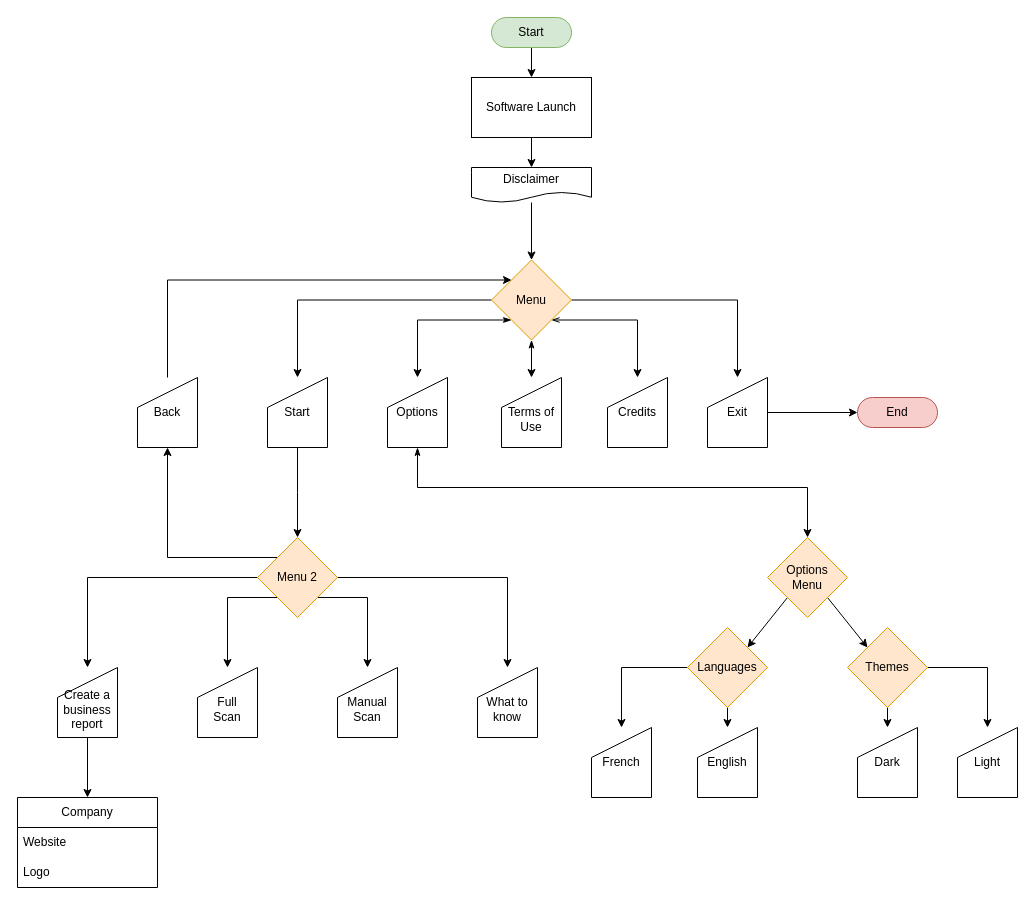
Above: draw.io/PenAutomate.drawio in GigiMad/PenAutomate (draw.io), before the change. Source tidied: cells renumbered, new cells numbered last; positions are measured from the earlier drawing's top-left corner, leaving out a move shared by most shapes. Both pictures are drawn from the tidied source at 100%, with x=0, y=0 at pixel (17, 17).
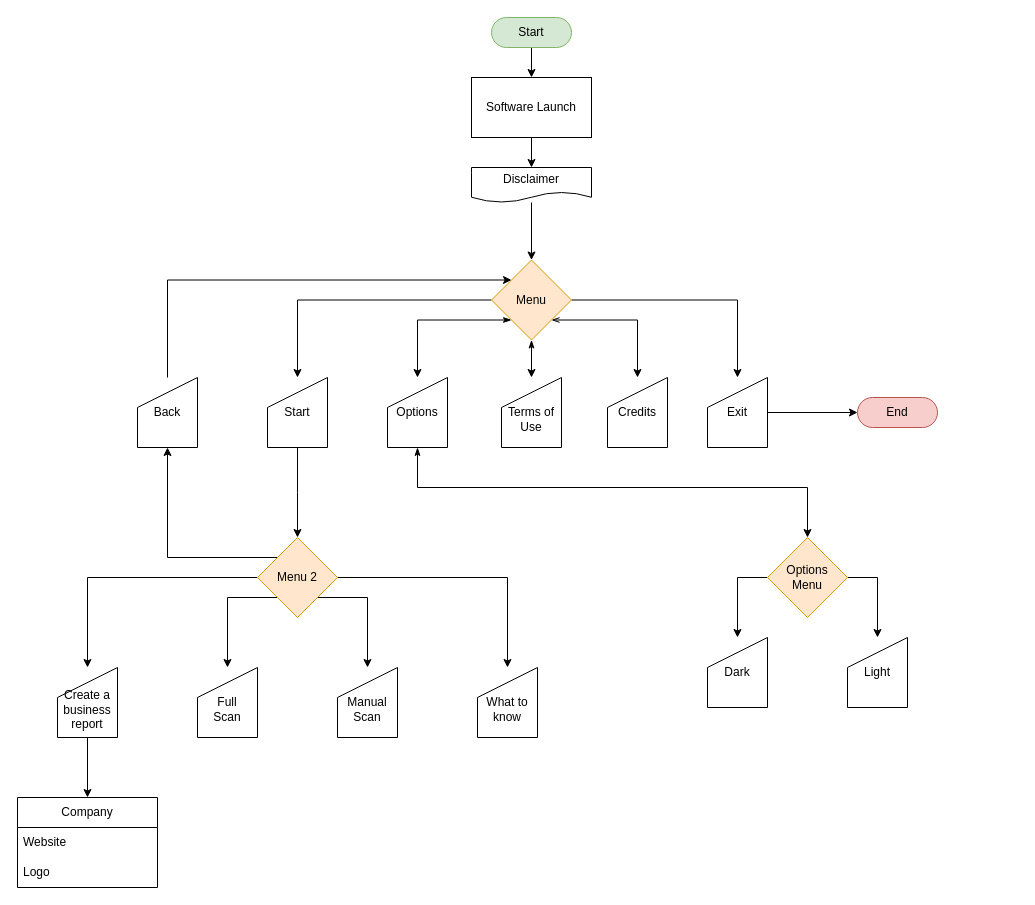
The same page after the edit.

Commit message:
Mettre à jour PenAutomate.drawio

Unchanged cells that the change refers to:
```xml
<mxCell id="38" value="Options&lt;br&gt;Menu" style="rhombus;whiteSpace=wrap;html=1;dashed=0;fillColor=#ffe6cc;strokeColor=#d79b00;" parent="1" vertex="1">
  <mxGeometry x="750" y="520" width="80" height="80" as="geometry" />
</mxCell>
```

Diff of the diagram source:
```diff
@@
-    <mxCell id="36" style="rounded=0;jettySize=auto;html=1;exitX=0;exitY=1;exitDx=0;exitDy=0;entryX=1;entryY=0;entryDx=0;entryDy=0;" parent="1" edge="1" source="38" target="41">
-      <mxGeometry relative="1" as="geometry" />
-    </mxCell>
-    <mxCell id="37" style="rounded=0;jettySize=auto;html=1;exitX=1;exitY=1;exitDx=0;exitDy=0;entryX=0;entryY=0;entryDx=0;entryDy=0;" parent="1" edge="1" source="38" target="44">
-      <mxGeometry relative="1" as="geometry" />
-    </mxCell>
+    <mxCell id="52" style="edgeStyle=orthogonalEdgeStyle;rounded=0;jettySize=auto;html=1;exitX=0;exitY=0.5;exitDx=0;exitDy=0;entryX=0.5;entryY=0;entryDx=0;entryDy=0;" parent="1" edge="1" source="38" target="48">
+      <mxGeometry relative="1" as="geometry" />
+    </mxCell>
+    <mxCell id="53" style="edgeStyle=orthogonalEdgeStyle;rounded=0;jettySize=auto;html=1;exitX=1;exitY=0.5;exitDx=0;exitDy=0;entryX=0.5;entryY=0;entryDx=0;entryDy=0;" parent="1" edge="1" source="38" target="45">
+      <mxGeometry relative="1" as="geometry" />
+    </mxCell>
@@
-    <mxCell id="39" style="edgeStyle=orthogonalEdgeStyle;rounded=0;jettySize=auto;html=1;exitX=0;exitY=0.5;exitDx=0;exitDy=0;entryX=0.5;entryY=0;entryDx=0;entryDy=0;" parent="1" edge="1" source="41" target="46">
-      <mxGeometry relative="1" as="geometry" />
-    </mxCell>
-    <mxCell id="40" style="edgeStyle=orthogonalEdgeStyle;rounded=0;jettySize=auto;html=1;exitX=0.5;exitY=1;exitDx=0;exitDy=0;entryX=0.5;entryY=0;entryDx=0;entryDy=0;" parent="1" edge="1" source="41" target="47">
-      <mxGeometry relative="1" as="geometry" />
-    </mxCell>
-    <mxCell id="41" value="Languages" style="rhombus;whiteSpace=wrap;html=1;dashed=0;fillColor=#ffe6cc;strokeColor=#d79b00;" parent="1" vertex="1">
-      <mxGeometry x="670" y="610" width="80" height="80" as="geometry" />
-    </mxCell>
-    <mxCell id="42" style="edgeStyle=orthogonalEdgeStyle;rounded=0;jettySize=auto;html=1;exitX=0.5;exitY=1;exitDx=0;exitDy=0;entryX=0.5;entryY=0;entryDx=0;entryDy=0;" parent="1" edge="1" source="44" target="48">
-      <mxGeometry relative="1" as="geometry" />
-    </mxCell>
-    <mxCell id="43" style="edgeStyle=orthogonalEdgeStyle;rounded=0;jettySize=auto;html=1;exitX=1;exitY=0.5;exitDx=0;exitDy=0;entryX=0.5;entryY=0;entryDx=0;entryDy=0;" parent="1" edge="1" source="44" target="45">
-      <mxGeometry relative="1" as="geometry" />
-    </mxCell>
-    <mxCell id="44" value="Themes" style="rhombus;whiteSpace=wrap;html=1;dashed=0;fillColor=#ffe6cc;strokeColor=#d79b00;" parent="1" vertex="1">
-      <mxGeometry x="830" y="610" width="80" height="80" as="geometry" />
-    </mxCell>
     <mxCell id="45" value="Light" style="shape=manualInput;whiteSpace=wrap;html=1;" parent="1" vertex="1">
-      <mxGeometry x="940" y="710" width="60" height="70" as="geometry" />
+      <mxGeometry x="830" y="620" width="60" height="70" as="geometry" />
     </mxCell>
-    <mxCell id="46" value="French" style="shape=manualInput;whiteSpace=wrap;html=1;" parent="1" vertex="1">
-      <mxGeometry x="574" y="710" width="60" height="70" as="geometry" />
-    </mxCell>
-    <mxCell id="47" value="English" style="shape=manualInput;whiteSpace=wrap;html=1;" parent="1" vertex="1">
-      <mxGeometry x="680" y="710" width="60" height="70" as="geometry" />
-    </mxCell>
     <mxCell id="48" value="Dark" style="shape=manualInput;whiteSpace=wrap;html=1;" parent="1" vertex="1">
-      <mxGeometry x="840" y="710" width="60" height="70" as="geometry" />
+      <mxGeometry x="690" y="620" width="60" height="70" as="geometry" />
     </mxCell>
```
